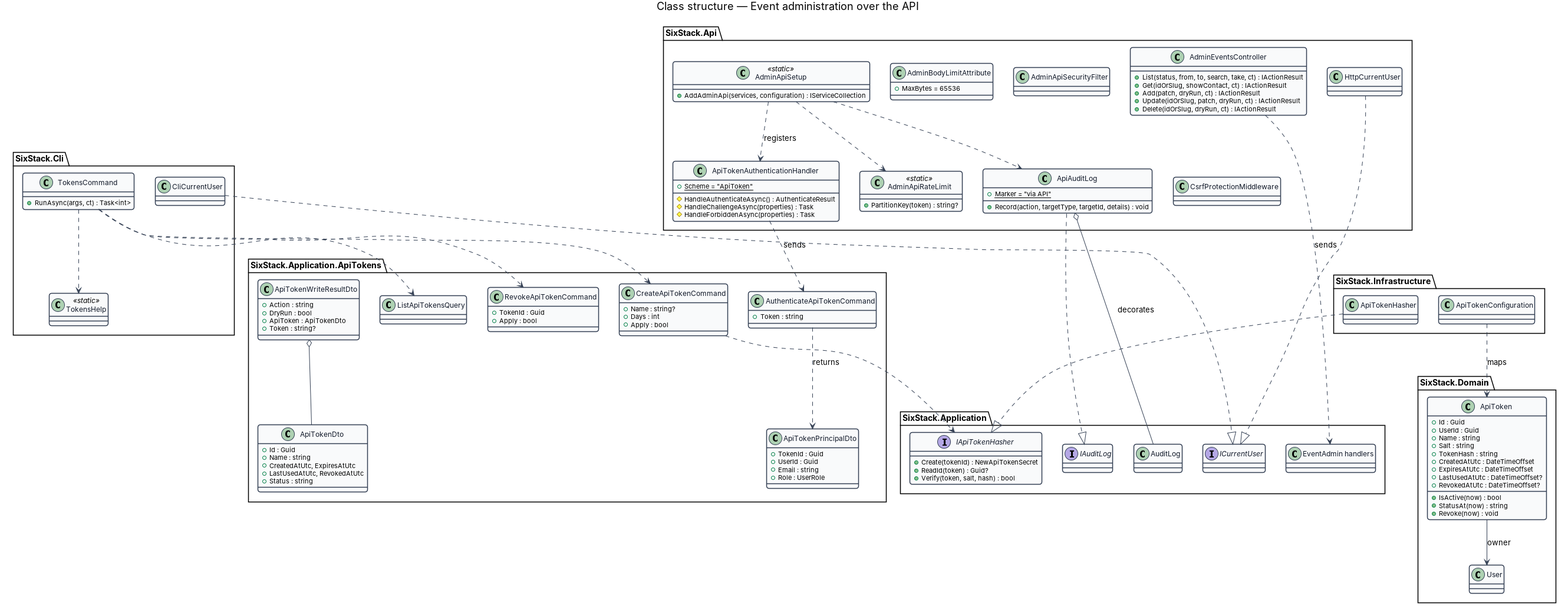
QuinntyneBrown/6ixstack keeps this PlantUML diagram as docs/detailed-designs/platform/event-admin-api/diagrams/class-structure.png. Above is the earlier version. Its source is kept beside it as docs/detailed-designs/platform/event-admin-api/diagrams/class-structure.puml.
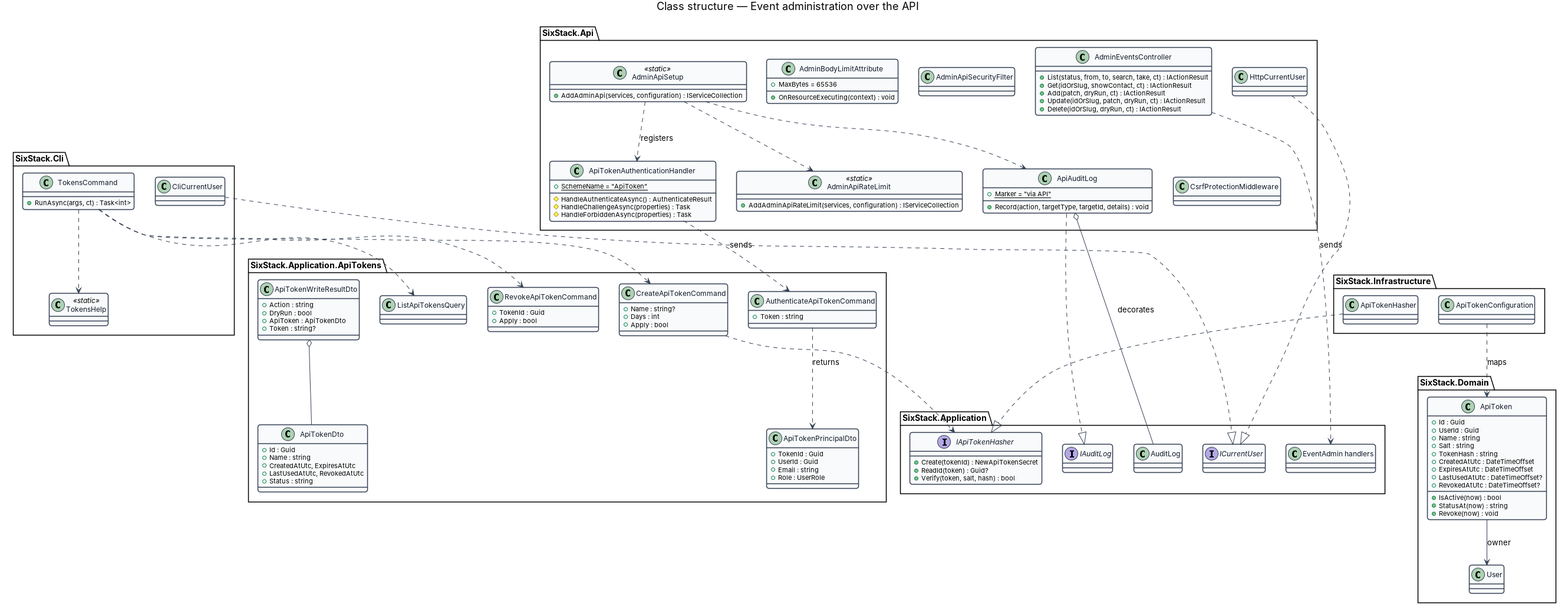
The same file after the commit.

Change to the diagram source:
```diff
@@ -20,7 +20,7 @@
     +Delete(idOrSlug, dryRun, ct) : IActionResult
   }
   class ApiTokenAuthenticationHandler {
-    +{static} Scheme = "ApiToken"
+    +{static} SchemeName = "ApiToken"
     #HandleAuthenticateAsync() : AuthenticateResult
     #HandleChallengeAsync(properties) : Task
     #HandleForbiddenAsync(properties) : Task
@@ -29,7 +29,7 @@
     +AddAdminApi(services, configuration) : IServiceCollection
   }
   class AdminApiRateLimit <<static>> {
-    +PartitionKey(token) : string?
+    +AddAdminApiRateLimit(services, configuration) : IServiceCollection
   }
   class ApiAuditLog {
     +{static} Marker = "via API"
@@ -37,6 +37,7 @@
   }
   class AdminBodyLimitAttribute {
     +MaxBytes = 65536
+    +OnResourceExecuting(context) : void
   }
   class AdminApiSecurityFilter
   class HttpCurrentUser
```
